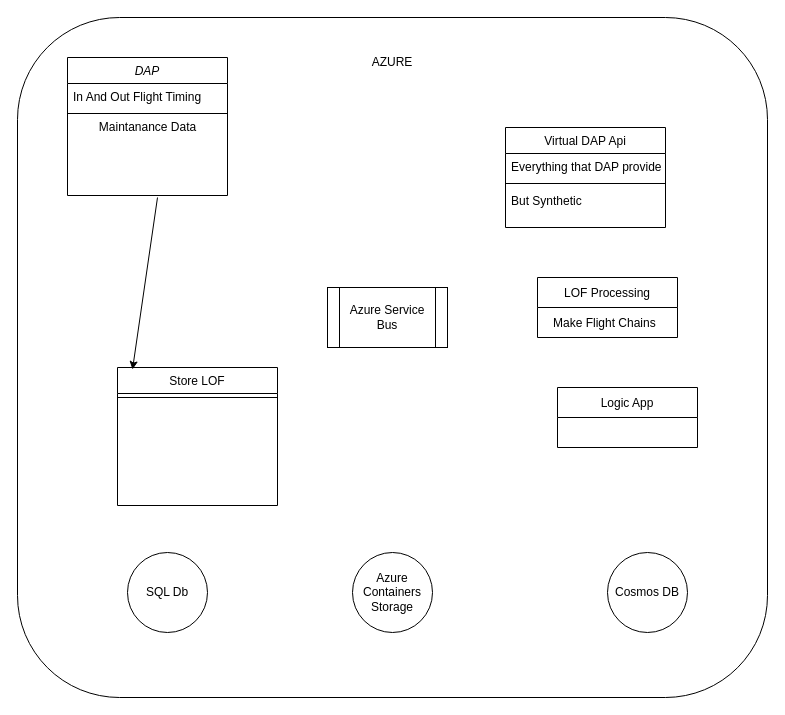
Before: ops360explained.drawio in 99s/DrawIO, a draw.io diagram. Source tidied: cells renumbered, new cells numbered last; positions are measured from the earlier drawing's top-left corner, leaving out a move shared by most shapes. Both pictures are drawn from the tidied source at 100%, with x=0, y=0 at pixel (17, 17).
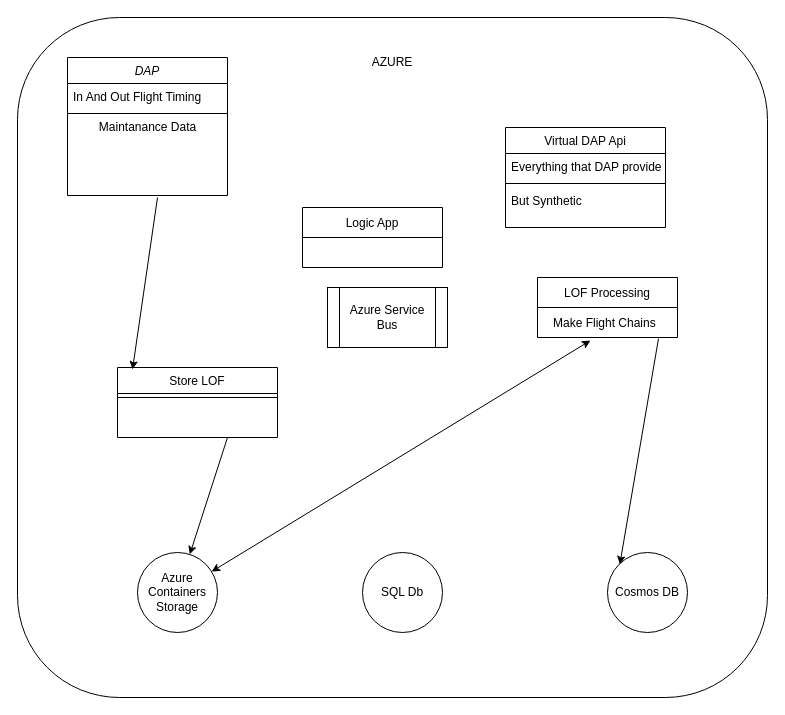
The same diagram, later.

Unchanged cells that the change refers to:
```xml
<mxCell id="20" value="Make Flight Chains" style="text;strokeColor=none;fillColor=none;align=left;verticalAlign=middle;spacingLeft=4;spacingRight=4;overflow=hidden;points=[[0,0.5],[1,0.5]];portConstraint=eastwest;" parent="1" vertex="1">
  <mxGeometry x="530" y="290" width="140" height="30" as="geometry" />
</mxCell>
```

Diff of the diagram source:
```diff
@@
     <mxCell id="7" value="Store LOF" style="swimlane;fontStyle=0;align=center;verticalAlign=top;horizontal=1;startSize=26;rounded=0;shadow=0;strokeWidth=1;" parent="1" vertex="1">
-      <mxGeometry x="100" y="350" width="160" height="138" as="geometry" />
+      <mxGeometry x="100" y="350" width="160" height="70" as="geometry" />
     </mxCell>
@@
     <mxCell id="15" value="SQL Db" style="ellipse;whiteSpace=wrap;html=1;" parent="1" vertex="1">
-      <mxGeometry x="110" y="535" width="80" height="80" as="geometry" />
+      <mxGeometry x="345" y="535" width="80" height="80" as="geometry" />
     </mxCell>
@@
     <mxCell id="17" value="Azure Containers Storage" style="ellipse;whiteSpace=wrap;html=1;" parent="1" vertex="1">
-      <mxGeometry x="335" y="535" width="80" height="80" as="geometry" />
+      <mxGeometry x="120" y="535" width="80" height="80" as="geometry" />
     </mxCell>
     <mxCell id="18" value="Logic App" style="swimlane;fontStyle=0;horizontal=1;startSize=30;" parent="1" vertex="1">
-      <mxGeometry x="540" y="370" width="140" height="60" as="geometry" />
+      <mxGeometry x="285" y="190" width="140" height="60" as="geometry" />
     </mxCell>
@@
+    <mxCell id="22" style="endArrow=classic;html=1;rounded=0;" parent="1" edge="1" target="17">
+      <mxGeometry relative="1" as="geometry">
+        <mxPoint x="210" y="420" as="sourcePoint" />
+      </mxGeometry>
+    </mxCell>
+    <mxCell id="23" style="endArrow=classic;html=1;rounded=0;exitX=0.793;exitY=1.033;exitDx=0;exitDy=0;exitPerimeter=0;" parent="1" edge="1" source="20">
+      <mxGeometry relative="1" as="geometry">
+        <mxPoint x="602.3" y="546.9" as="targetPoint" />
+      </mxGeometry>
+    </mxCell>
+    <mxCell id="24" style="endArrow=classic;startArrow=classic;html=1;rounded=0;entryX=0.307;entryY=1.1;entryDx=0;entryDy=0;entryPerimeter=0;" parent="1" edge="1" source="17" target="20">
+      <mxGeometry relative="1" as="geometry" />
+    </mxCell>
```
